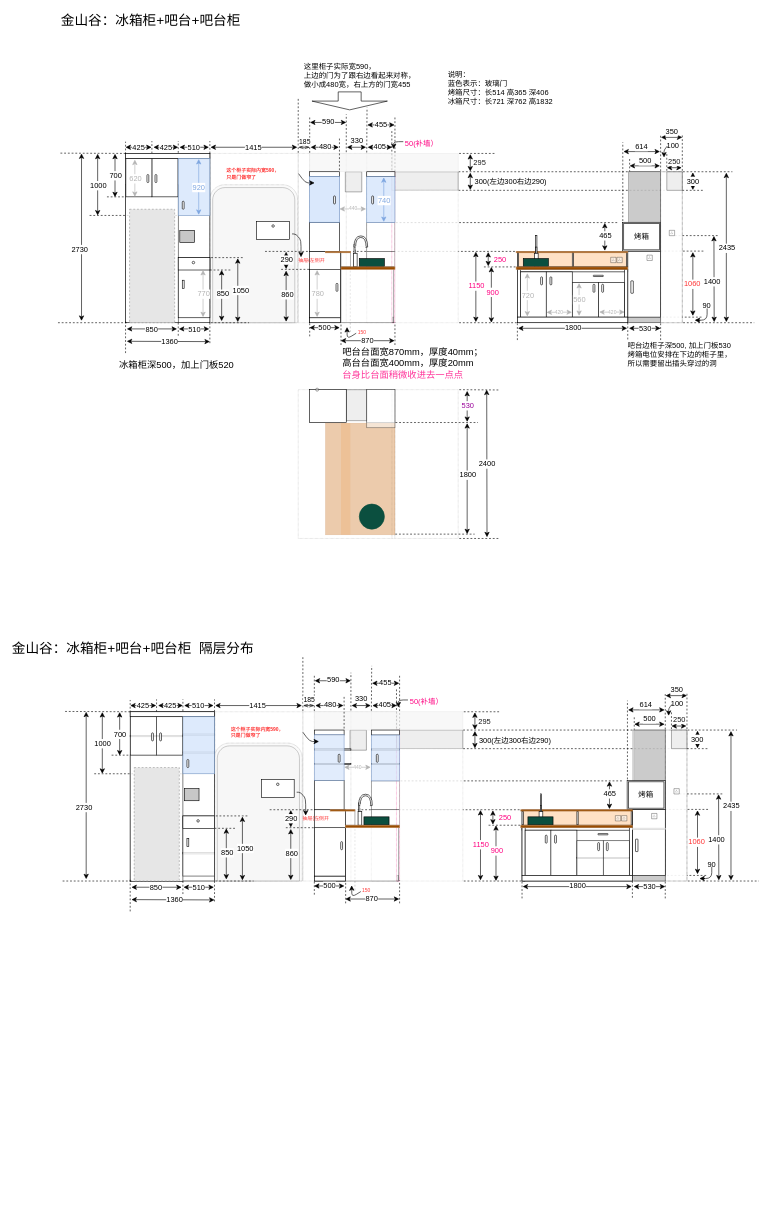
Soffiaa/getTitles keeps this draw.io diagram as page "Page-3" (3 of 3) of result/装修图07170617.drawio. Above is the earlier version. Source tidied: cells renumbered, new cells numbered last; positions are measured from the earlier drawing's top-left corner, leaving out a move shared by most shapes. Both pictures are drawn from the tidied source at 62%, with x=0, y=0 at pixel (11, 11). Pictures stored in the file or linked from it are replaced by grey dashed boxes.
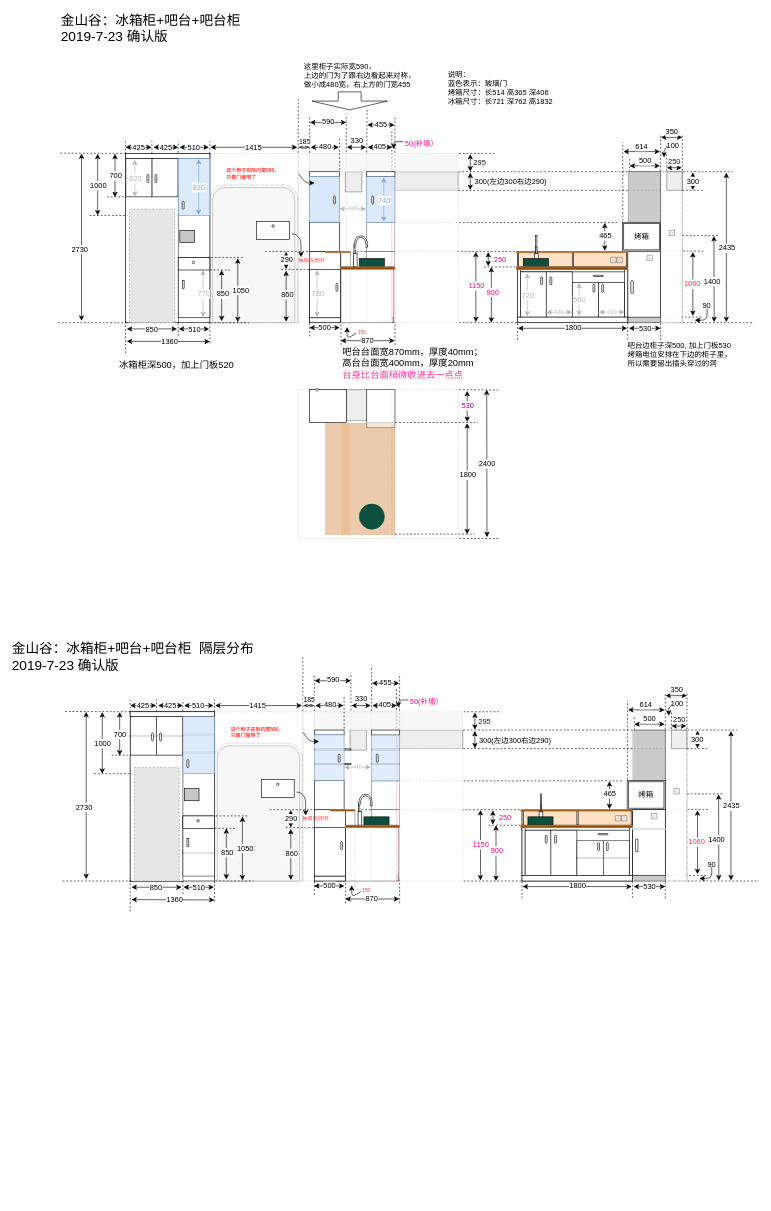
Above is the later version.

Commit message (it also covers changes not shown here):
更新装修图07170617.drawio

Diff of the diagram source:
```diff
@@
-    <mxCell id="258" value="金山谷：冰箱柜+吧台+吧台柜" style="text;html=1;align=left;verticalAlign=top;spacingTop=-4;fontColor=#000000;fontSize=22;" parent="1" vertex="1">
-      <mxGeometry x="78.5" width="170" height="20" as="geometry" />
+    <mxCell id="258" value="金山谷：冰箱柜+吧台+吧台柜&lt;br&gt;2019-7-23 确认版" style="text;html=1;align=left;verticalAlign=top;spacingTop=-4;fontColor=#000000;fontSize=22;" parent="1" vertex="1">
+      <mxGeometry x="78.5" width="310" height="50" as="geometry" />
     </mxCell>
@@
-    <mxCell id="322" value="金山谷：冰箱柜+吧台+吧台柜&amp;nbsp; 隔层分布" style="text;html=1;align=left;verticalAlign=top;spacingTop=-4;fontColor=#000000;fontSize=22;" parent="1" vertex="1">
-      <mxGeometry x="-0.5" y="1013.5" width="410" height="30" as="geometry" />
+    <mxCell id="322" value="金山谷：冰箱柜+吧台+吧台柜&amp;nbsp; 隔层分布&lt;br&gt;2019-7-23 确认版" style="text;html=1;align=left;verticalAlign=top;spacingTop=-4;fontColor=#000000;fontSize=22;" parent="1" vertex="1">
+      <mxGeometry x="-0.5" y="1013.5" width="410" height="50" as="geometry" />
     </mxCell>
```
